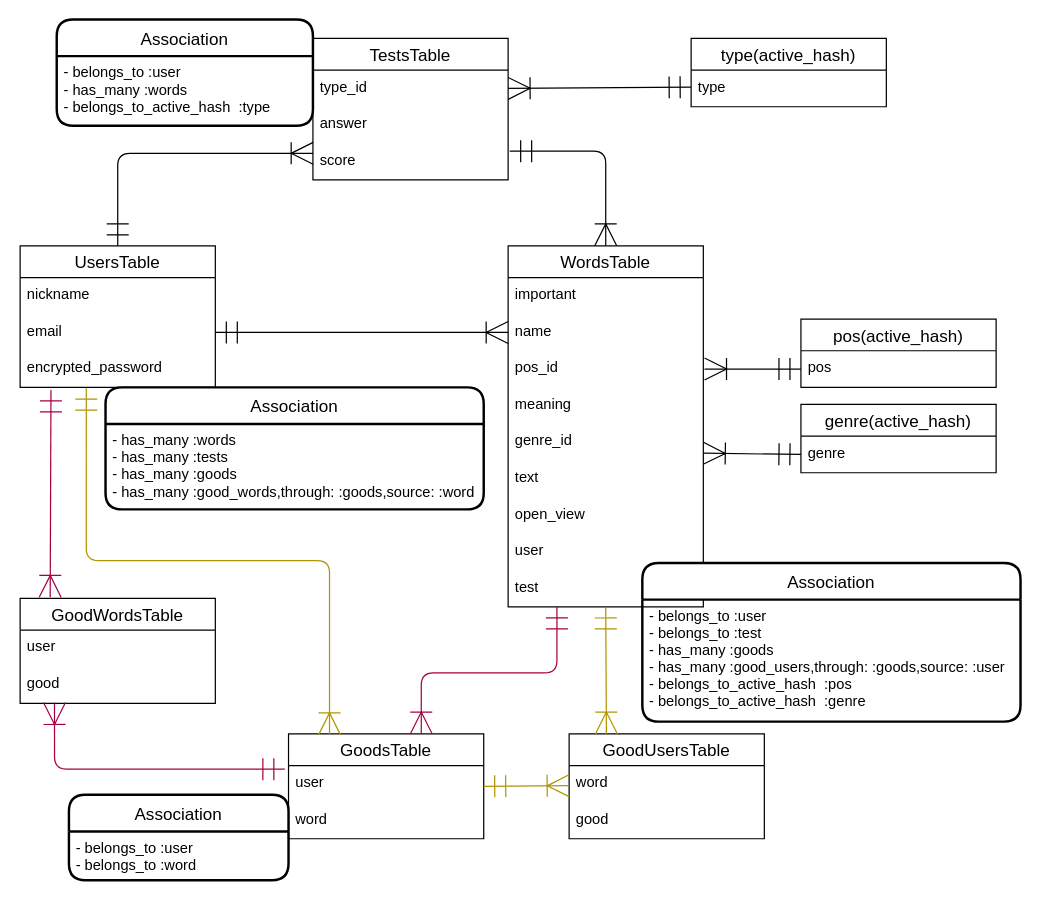
This is ER .dio from wakachico/my-dic, a draw.io file, before an edit. Source tidied: cells renumbered, new cells numbered last; positions are measured from the earlier drawing's top-left corner, leaving out a move shared by most shapes. Both pictures are drawn from the tidied source at 122%, with x=0, y=0 at pixel (20, 18).
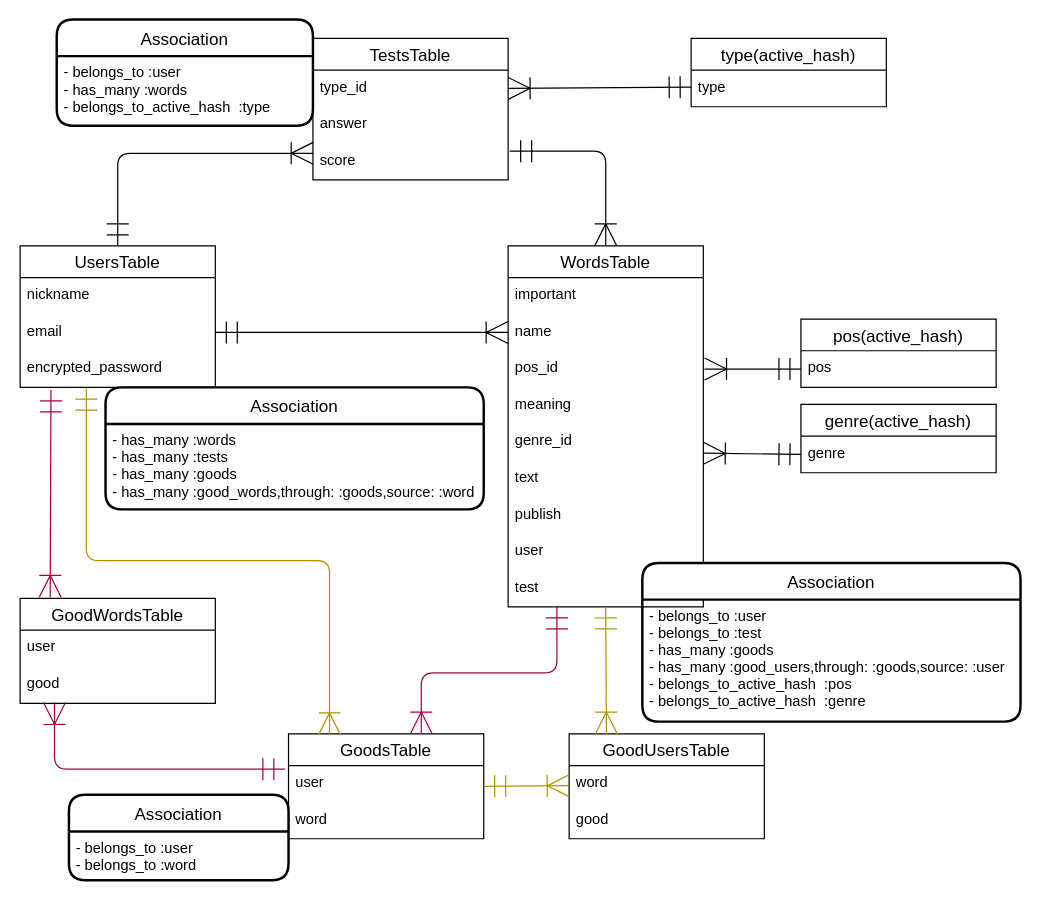
Above is the later version.

Commit message:
変数名の修正忘れ

The change refers to these unchanged cells:
```xml
<mxCell id="9" value="WordsTable" style="swimlane;fontStyle=0;horizontal=1;startSize=26;align=center;fontSize=14;" parent="1" vertex="1">
  <mxGeometry x="400" y="186" width="160" height="296" as="geometry" />
</mxCell>
```

The edit, as a diff of the source:
```diff
@@
-    <mxCell id="16" value="open_view" style="text;strokeColor=none;fillColor=none;spacingLeft=4;spacingRight=4;overflow=hidden;fontSize=12;" parent="9" vertex="1">
+    <mxCell id="16" value="publish" style="text;strokeColor=none;fillColor=none;spacingLeft=4;spacingRight=4;overflow=hidden;fontSize=12;" parent="9" vertex="1">
       <mxGeometry y="206" width="160" height="30" as="geometry" />
     </mxCell>
```
